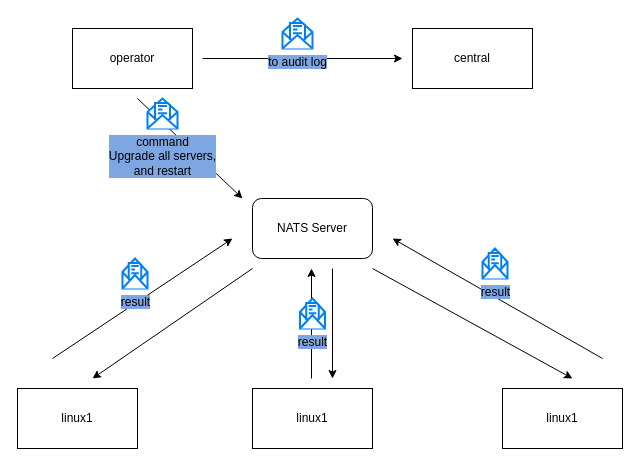
postmannen/ctrl keeps this draw.io diagram as page "core-messaging" (1 of 2) of doc/ctrl-drawings.drawio. Above is the earlier version. Source tidied: cells renumbered, new cells numbered last; positions are measured from the earlier drawing's top-left corner, leaving out a move shared by most shapes. Both pictures are drawn from the tidied source at 100%, with x=0, y=0 at pixel (17, 18).
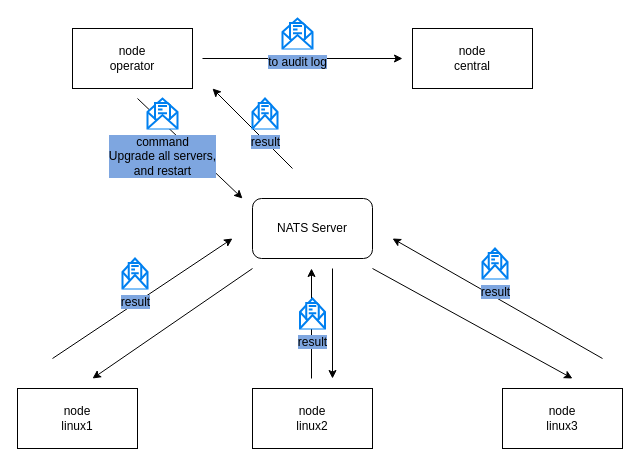
After the change.

Change to the diagram source:
```diff
@@
-    <mxCell id="2" value="central" style="rounded=0;whiteSpace=wrap;html=1;" parent="1" vertex="1">
+    <mxCell id="2" value="node&lt;br&gt;central" style="rounded=0;whiteSpace=wrap;html=1;" parent="1" vertex="1">
       <mxGeometry x="395" y="10" width="120" height="60" as="geometry" />
     </mxCell>
-    <mxCell id="3" value="operator" style="rounded=0;whiteSpace=wrap;html=1;" parent="1" vertex="1">
+    <mxCell id="3" value="node&lt;br&gt;operator" style="rounded=0;whiteSpace=wrap;html=1;" parent="1" vertex="1">
       <mxGeometry x="55" y="10" width="120" height="60" as="geometry" />
     </mxCell>
-    <mxCell id="4" value="linux1" style="rounded=0;whiteSpace=wrap;html=1;" parent="1" vertex="1">
+    <mxCell id="4" value="node&lt;br&gt;linux1" style="rounded=0;whiteSpace=wrap;html=1;" parent="1" vertex="1">
       <mxGeometry y="370" width="120" height="60" as="geometry" />
     </mxCell>
-    <mxCell id="5" value="linux1" style="rounded=0;whiteSpace=wrap;html=1;" parent="1" vertex="1">
+    <mxCell id="5" value="node&lt;br&gt;linux2" style="rounded=0;whiteSpace=wrap;html=1;" parent="1" vertex="1">
       <mxGeometry x="235" y="370" width="120" height="60" as="geometry" />
     </mxCell>
-    <mxCell id="6" value="linux1" style="rounded=0;whiteSpace=wrap;html=1;" parent="1" vertex="1">
+    <mxCell id="6" value="node&lt;br&gt;linux3" style="rounded=0;whiteSpace=wrap;html=1;" parent="1" vertex="1">
       <mxGeometry x="485" y="370" width="120" height="60" as="geometry" />
     </mxCell>
@@
+    <mxCell id="21" style="endArrow=classic;html=1;rounded=0;" parent="1" edge="1">
+      <mxGeometry relative="1" as="geometry">
+        <mxPoint x="275" y="150" as="sourcePoint" />
+        <mxPoint x="195" y="70" as="targetPoint" />
+      </mxGeometry>
+    </mxCell>
+    <mxCell id="22" value="result" style="html=1;verticalLabelPosition=bottom;align=center;labelBackgroundColor=#7EA6E0;verticalAlign=top;strokeWidth=2;strokeColor=#0080F0;shadow=0;dashed=0;shape=mxgraph.ios7.icons.envelope_(message);" parent="1" vertex="1">
+      <mxGeometry x="235" y="80" width="25" height="30" as="geometry" />
+    </mxCell>
```
